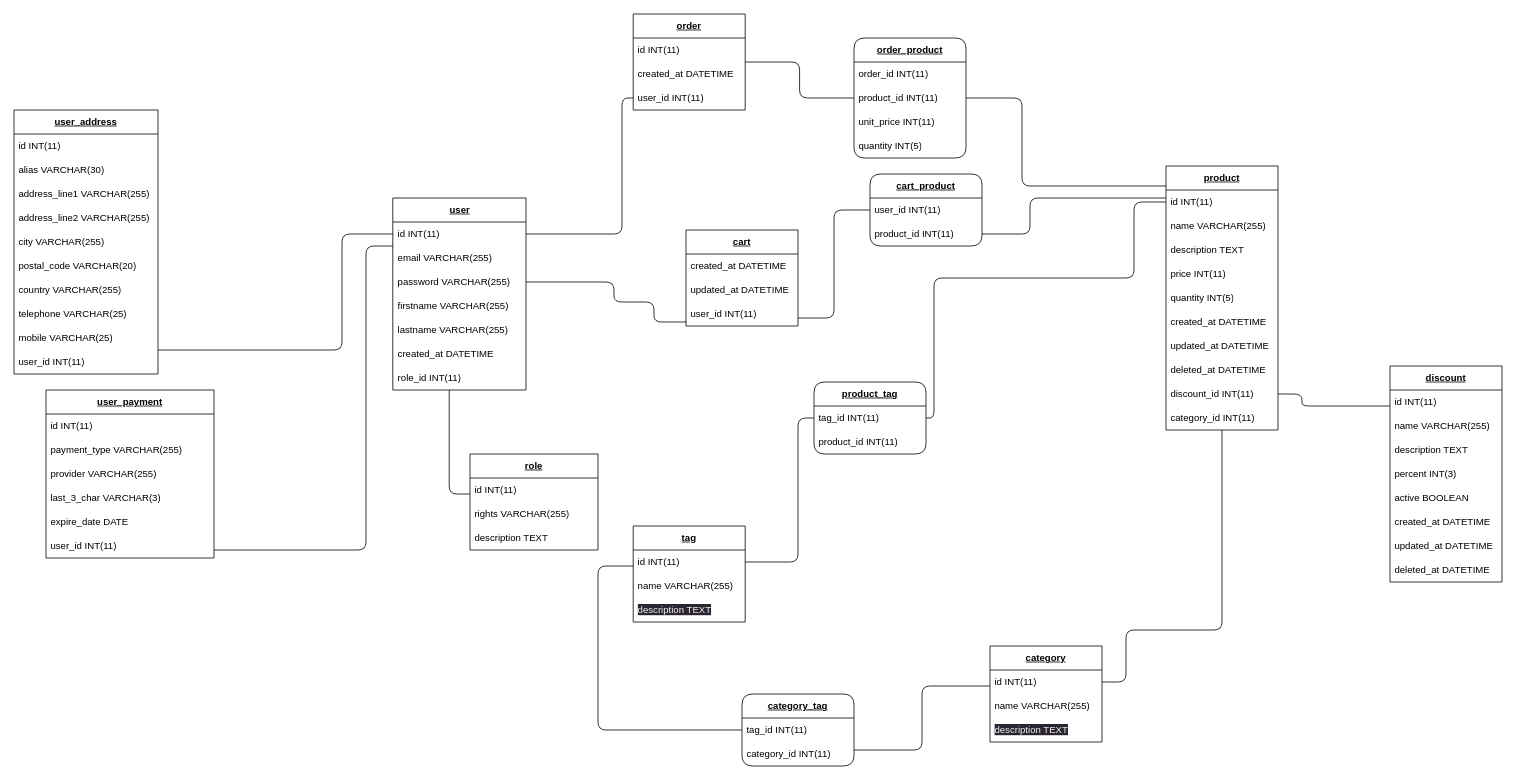
Earlier version of the draw.io diagram mpd.drawio (felix-hauger/boutique-en-ligne). Source tidied: cells renumbered, new cells numbered last; positions are measured from the earlier drawing's top-left corner, leaving out a move shared by most shapes. Both pictures are drawn from the tidied source at 80%, with x=0, y=0 at pixel (14, 14).
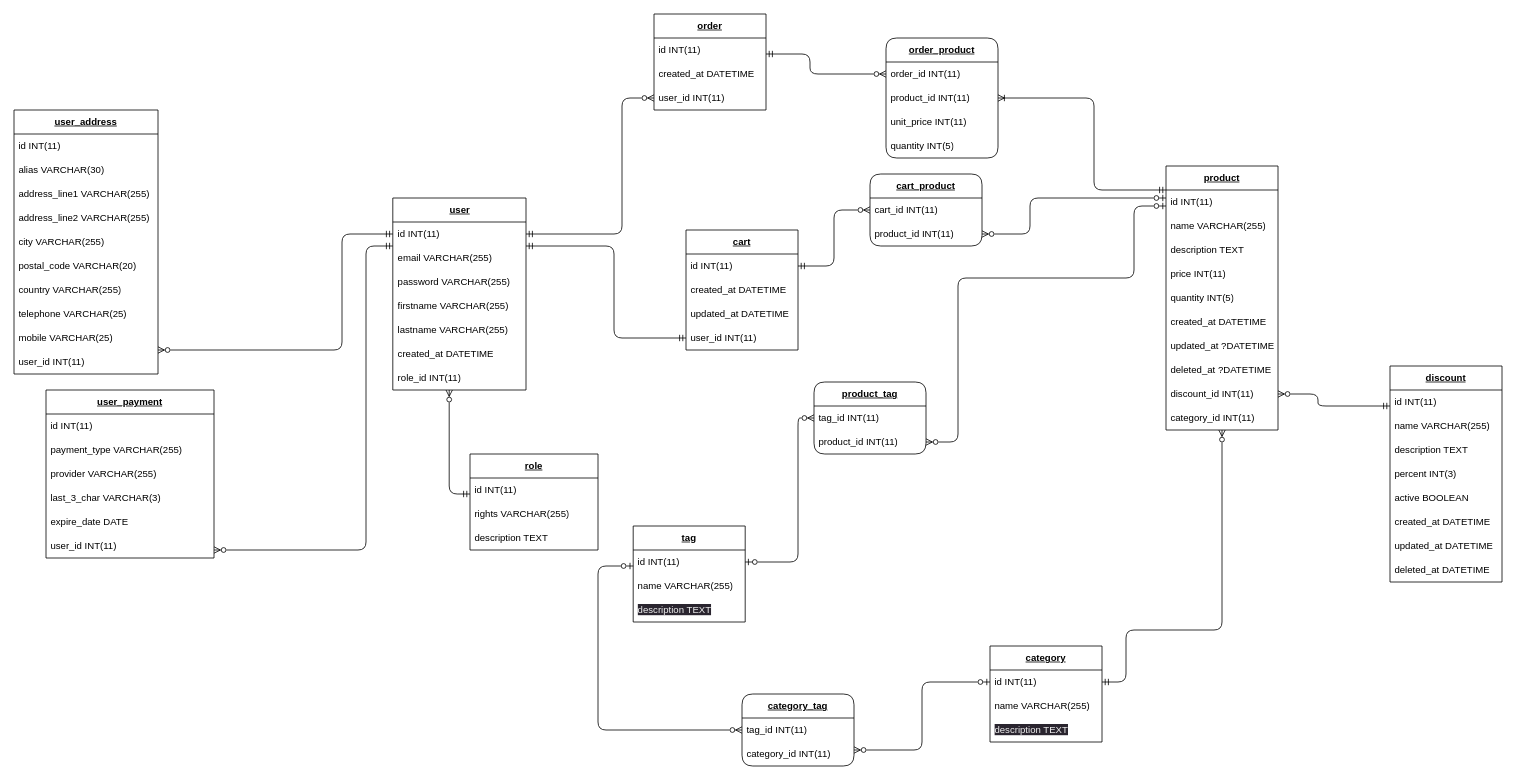
The same page after the edit.

Commit message (it also covers changes not shown here):
MPD - added cardinalities + added id for cart in MCD, MLD, MPD

Unchanged cells that the change refers to:
```xml
<mxCell id="4" value="&lt;b&gt;&lt;u&gt;user&lt;/u&gt;&lt;/b&gt;" style="swimlane;fontStyle=0;horizontal=1;startSize=30;whiteSpace=wrap;html=1;" parent="1" vertex="1">
  <mxGeometry x="473.5" y="230" width="166.5" height="240" as="geometry" />
</mxCell>
<mxCell id="5" value="id&amp;nbsp;INT(11)" style="text;strokeColor=none;fillColor=none;align=left;verticalAlign=middle;spacingLeft=4;spacingRight=4;overflow=hidden;points=[[0,0.5],[1,0.5]];portConstraint=eastwest;whiteSpace=wrap;html=1;" parent="4" vertex="1">
  <mxGeometry y="30" width="166.5" height="30" as="geometry" />
</mxCell>
<mxCell id="11" value="role_id&amp;nbsp;INT(11)" style="text;strokeColor=none;fillColor=none;align=left;verticalAlign=middle;spacingLeft=4;spacingRight=4;overflow=hidden;points=[[0,0.5],[1,0.5]];portConstraint=eastwest;whiteSpace=wrap;html=1;" parent="4" vertex="1">
  <mxGeometry y="210" width="166.5" height="30" as="geometry" />
</mxCell>
<mxCell id="13" value="id&amp;nbsp;INT(11)" style="text;strokeColor=none;fillColor=none;align=left;verticalAlign=middle;spacingLeft=4;spacingRight=4;overflow=hidden;points=[[0,0.5],[1,0.5]];portConstraint=eastwest;whiteSpace=wrap;html=1;" parent="12" vertex="1">
  <mxGeometry y="30" width="140" height="30" as="geometry" />
</mxCell>
<mxCell id="15" value="user_id&amp;nbsp;INT(11)" style="text;strokeColor=none;fillColor=none;align=left;verticalAlign=middle;spacingLeft=4;spacingRight=4;overflow=hidden;points=[[0,0.5],[1,0.5]];portConstraint=eastwest;whiteSpace=wrap;html=1;" parent="12" vertex="1">
  <mxGeometry y="90" width="140" height="30" as="geometry" />
</mxCell>
<mxCell id="22" value="id&amp;nbsp;INT(11)" style="text;strokeColor=none;fillColor=none;align=left;verticalAlign=middle;spacingLeft=4;spacingRight=4;overflow=hidden;points=[[0,0.5],[1,0.5]];portConstraint=eastwest;whiteSpace=wrap;html=1;" parent="21" vertex="1">
  <mxGeometry y="30" width="160" height="30" as="geometry" />
</mxCell>
<mxCell id="28" value="id&amp;nbsp;INT(11)" style="text;strokeColor=none;fillColor=none;align=left;verticalAlign=middle;spacingLeft=4;spacingRight=4;overflow=hidden;points=[[0,0.5],[1,0.5]];portConstraint=eastwest;whiteSpace=wrap;html=1;" parent="27" vertex="1">
  <mxGeometry y="30" width="140" height="30" as="geometry" />
</mxCell>
<mxCell id="33" value="&lt;b&gt;&lt;u&gt;tag&lt;br&gt;&lt;/u&gt;&lt;/b&gt;" style="swimlane;fontStyle=0;horizontal=1;startSize=30;whiteSpace=wrap;html=1;" parent="32" vertex="1">
  <mxGeometry y="30" width="140" height="120" as="geometry" />
</mxCell>
<mxCell id="34" value="id&amp;nbsp;INT(11)" style="text;strokeColor=none;fillColor=none;align=left;verticalAlign=middle;spacingLeft=4;spacingRight=4;overflow=hidden;points=[[0,0.5],[1,0.5]];portConstraint=eastwest;whiteSpace=wrap;html=1;" parent="33" vertex="1">
  <mxGeometry y="30" width="140" height="30" as="geometry" />
</mxCell>
<mxCell id="52" value="user_id INT(11)" style="text;strokeColor=none;fillColor=none;align=left;verticalAlign=middle;spacingLeft=4;spacingRight=4;overflow=hidden;points=[[0,0.5],[1,0.5]];portConstraint=eastwest;whiteSpace=wrap;html=1;" parent="42" vertex="1">
  <mxGeometry y="300" width="180" height="30" as="geometry" />
</mxCell>
<mxCell id="59" value="user_id&amp;nbsp;INT(11)" style="text;strokeColor=none;fillColor=none;align=left;verticalAlign=middle;spacingLeft=4;spacingRight=4;overflow=hidden;points=[[0,0.5],[1,0.5]];portConstraint=eastwest;whiteSpace=wrap;html=1;" parent="53" vertex="1">
  <mxGeometry y="180" width="210" height="30" as="geometry" />
</mxCell>
<mxCell id="62" value="&lt;b&gt;&lt;u&gt;product&lt;/u&gt;&lt;/b&gt;" style="swimlane;fontStyle=0;horizontal=1;startSize=30;whiteSpace=wrap;html=1;" parent="1" vertex="1">
  <mxGeometry x="1440" y="190" width="140" height="330" as="geometry" />
</mxCell>
<mxCell id="63" value="id&amp;nbsp;INT(11)" style="text;strokeColor=none;fillColor=none;align=left;verticalAlign=middle;spacingLeft=4;spacingRight=4;overflow=hidden;points=[[0,0.5],[1,0.5]];portConstraint=eastwest;whiteSpace=wrap;html=1;" parent="62" vertex="1">
  <mxGeometry y="30" width="140" height="30" as="geometry" />
</mxCell>
<mxCell id="71" value="discount_id&amp;nbsp;INT(11)" style="text;strokeColor=none;fillColor=none;align=left;verticalAlign=middle;spacingLeft=4;spacingRight=4;overflow=hidden;points=[[0,0.5],[1,0.5]];portConstraint=eastwest;whiteSpace=wrap;html=1;" parent="62" vertex="1">
  <mxGeometry y="270" width="140" height="30" as="geometry" />
</mxCell>
<mxCell id="72" value="category_id&amp;nbsp;INT(11)" style="text;strokeColor=none;fillColor=none;align=left;verticalAlign=middle;spacingLeft=4;spacingRight=4;overflow=hidden;points=[[0,0.5],[1,0.5]];portConstraint=eastwest;whiteSpace=wrap;html=1;" parent="62" vertex="1">
  <mxGeometry y="300" width="140" height="30" as="geometry" />
</mxCell>
<mxCell id="74" value="id&amp;nbsp;INT(11)" style="text;strokeColor=none;fillColor=none;align=left;verticalAlign=middle;spacingLeft=4;spacingRight=4;overflow=hidden;points=[[0,0.5],[1,0.5]];portConstraint=eastwest;whiteSpace=wrap;html=1;" parent="73" vertex="1">
  <mxGeometry y="30" width="140" height="30" as="geometry" />
</mxCell>
<mxCell id="85" value="order_id&amp;nbsp;INT(11)" style="text;strokeColor=none;fillColor=none;align=left;verticalAlign=middle;spacingLeft=4;spacingRight=4;overflow=hidden;points=[[0,0.5],[1,0.5]];portConstraint=eastwest;whiteSpace=wrap;html=1;" parent="84" vertex="1">
  <mxGeometry y="30" width="140" height="30" as="geometry" />
</mxCell>
<mxCell id="90" value="&lt;b&gt;&lt;u&gt;cart_product&lt;/u&gt;&lt;/b&gt;" style="swimlane;fontStyle=0;horizontal=1;startSize=30;whiteSpace=wrap;html=1;rounded=1;" parent="1" vertex="1">
  <mxGeometry x="1070" y="200" width="140" height="90" as="geometry" />
</mxCell>
<mxCell id="92" value="product_id&amp;nbsp;INT(11)" style="text;strokeColor=none;fillColor=none;align=left;verticalAlign=middle;spacingLeft=4;spacingRight=4;overflow=hidden;points=[[0,0.5],[1,0.5]];portConstraint=eastwest;whiteSpace=wrap;html=1;" parent="90" vertex="1">
  <mxGeometry y="60" width="140" height="30" as="geometry" />
</mxCell>
<mxCell id="94" value="&lt;b&gt;&lt;u&gt;product_&lt;/u&gt;&lt;/b&gt;&lt;b&gt;&lt;u&gt;tag&lt;/u&gt;&lt;/b&gt;&lt;b&gt;&lt;u&gt;&lt;br&gt;&lt;/u&gt;&lt;/b&gt;" style="swimlane;fontStyle=0;horizontal=1;startSize=30;whiteSpace=wrap;html=1;rounded=1;" parent="1" vertex="1">
  <mxGeometry x="1000" y="460" width="140" height="90" as="geometry" />
</mxCell>
<mxCell id="95" value="tag_id&amp;nbsp;INT(11)" style="text;strokeColor=none;fillColor=none;align=left;verticalAlign=middle;spacingLeft=4;spacingRight=4;overflow=hidden;points=[[0,0.5],[1,0.5]];portConstraint=eastwest;whiteSpace=wrap;html=1;" parent="94" vertex="1">
  <mxGeometry y="30" width="140" height="30" as="geometry" />
</mxCell>
<mxCell id="96" value="product_id&amp;nbsp;INT(11)" style="text;strokeColor=none;fillColor=none;align=left;verticalAlign=middle;spacingLeft=4;spacingRight=4;overflow=hidden;points=[[0,0.5],[1,0.5]];portConstraint=eastwest;whiteSpace=wrap;html=1;" parent="94" vertex="1">
  <mxGeometry y="60" width="140" height="30" as="geometry" />
</mxCell>
<mxCell id="99" value="tag_id&amp;nbsp;INT(11)" style="text;strokeColor=none;fillColor=none;align=left;verticalAlign=middle;spacingLeft=4;spacingRight=4;overflow=hidden;points=[[0,0.5],[1,0.5]];portConstraint=eastwest;whiteSpace=wrap;html=1;" parent="98" vertex="1">
  <mxGeometry y="30" width="140" height="30" as="geometry" />
</mxCell>
<mxCell id="100" value="category_id&amp;nbsp;INT(11)" style="text;strokeColor=none;fillColor=none;align=left;verticalAlign=middle;spacingLeft=4;spacingRight=4;overflow=hidden;points=[[0,0.5],[1,0.5]];portConstraint=eastwest;whiteSpace=wrap;html=1;" parent="98" vertex="1">
  <mxGeometry y="60" width="140" height="30" as="geometry" />
</mxCell>
```

Change to the diagram source:
```diff
@@
-    <mxCell id="2" style="edgeStyle=orthogonalEdgeStyle;rounded=1;html=1;strokeColor=default;fontSize=12;endArrow=none;endFill=0;" parent="1" edge="1" source="4" target="20">
+    <mxCell id="2" style="edgeStyle=orthogonalEdgeStyle;rounded=1;html=1;strokeColor=default;fontSize=12;endArrow=ERmandOne;endFill=0;startArrow=ERmandOne;startFill=0;" parent="1" edge="1" source="5" target="20">
       <mxGeometry relative="1" as="geometry">
         <Array as="points">
-          <mxPoint x="750" y="335" />
-          <mxPoint x="750" y="360" />
-          <mxPoint x="800" y="360" />
-          <mxPoint x="800" y="385" />
+          <mxPoint x="750" y="290" />
+          <mxPoint x="750" y="405" />
         </Array>
       </mxGeometry>
     </mxCell>
-    <mxCell id="3" style="edgeStyle=orthogonalEdgeStyle;rounded=1;html=1;strokeColor=default;fontSize=12;endArrow=none;endFill=0;" parent="1" edge="1" source="22" target="11">
+    <mxCell id="3" style="edgeStyle=orthogonalEdgeStyle;rounded=1;html=1;strokeColor=default;fontSize=12;endArrow=ERzeroToMany;endFill=0;startArrow=ERmandOne;startFill=0;" parent="1" edge="1" source="22" target="11">
       <mxGeometry relative="1" as="geometry">
         <Array as="points">
           <mxPoint x="544" y="600" />
         </Array>
       </mxGeometry>
     </mxCell>
@@
     <mxCell id="12" value="&lt;b&gt;&lt;u&gt;order&lt;/u&gt;&lt;/b&gt;" style="swimlane;fontStyle=0;horizontal=1;startSize=30;whiteSpace=wrap;html=1;" parent="1" vertex="1">
-      <mxGeometry x="774" width="140" height="120" as="geometry" />
+      <mxGeometry x="800" width="140" height="120" as="geometry" />
     </mxCell>
@@
-    <mxCell id="16" style="edgeStyle=orthogonalEdgeStyle;rounded=1;html=1;strokeColor=default;fontSize=12;startArrow=none;endArrow=none;endFill=0;" parent="1" edge="1" source="92" target="63">
+    <mxCell id="16" style="edgeStyle=orthogonalEdgeStyle;rounded=1;html=1;strokeColor=default;fontSize=12;startArrow=ERzeroToMany;endArrow=ERzeroToOne;endFill=0;startFill=0;" parent="1" edge="1" source="92" target="63">
       <mxGeometry relative="1" as="geometry">
         <Array as="points">
           <mxPoint x="1270" y="275" />
           <mxPoint x="1270" y="230" />
         </Array>
       </mxGeometry>
     </mxCell>
     <mxCell id="17" value="&lt;b&gt;&lt;u&gt;cart&lt;/u&gt;&lt;/b&gt;" style="swimlane;fontStyle=0;horizontal=1;startSize=30;whiteSpace=wrap;html=1;" parent="1" vertex="1">
-      <mxGeometry x="840" y="270" width="140" height="120" as="geometry" />
+      <mxGeometry x="840" y="270" width="140" height="150" as="geometry" />
     </mxCell>
+    <mxCell id="101" value="id&amp;nbsp;INT(11)" style="text;strokeColor=none;fillColor=none;align=left;verticalAlign=middle;spacingLeft=4;spacingRight=4;overflow=hidden;points=[[0,0.5],[1,0.5]];portConstraint=eastwest;whiteSpace=wrap;html=1;" parent="17" vertex="1">
+      <mxGeometry y="30" width="140" height="30" as="geometry" />
+    </mxCell>
     <mxCell id="18" value="created_at&amp;nbsp;DATETIME" style="text;strokeColor=none;fillColor=none;align=left;verticalAlign=middle;spacingLeft=4;spacingRight=4;overflow=hidden;whiteSpace=wrap;html=1;" parent="17" vertex="1">
-      <mxGeometry y="30" width="140" height="30" as="geometry" />
+      <mxGeometry y="60" width="140" height="30" as="geometry" />
     </mxCell>
     <mxCell id="19" value="updated_at&amp;nbsp;DATETIME" style="text;strokeColor=none;fillColor=none;align=left;verticalAlign=middle;spacingLeft=4;spacingRight=4;overflow=hidden;whiteSpace=wrap;html=1;" parent="17" vertex="1">
-      <mxGeometry y="60" width="140" height="30" as="geometry" />
+      <mxGeometry y="90" width="140" height="30" as="geometry" />
     </mxCell>
     <mxCell id="20" value="user_id&amp;nbsp;INT(11)" style="text;strokeColor=none;fillColor=none;align=left;verticalAlign=middle;spacingLeft=4;spacingRight=4;overflow=hidden;points=[[0,0.5],[1,0.5]];portConstraint=eastwest;whiteSpace=wrap;html=1;" parent="17" vertex="1">
-      <mxGeometry y="90" width="140" height="30" as="geometry" />
+      <mxGeometry y="120" width="140" height="30" as="geometry" />
     </mxCell>
@@
-    <mxCell id="37" style="edgeStyle=orthogonalEdgeStyle;rounded=1;html=1;strokeColor=default;startArrow=none;endArrow=none;endFill=0;" parent="1" edge="1" source="100" target="28">
+    <mxCell id="37" style="edgeStyle=orthogonalEdgeStyle;rounded=1;html=1;strokeColor=default;startArrow=ERzeroToMany;endArrow=ERzeroToOne;endFill=0;startFill=0;" parent="1" edge="1" source="100" target="28">
       <mxGeometry relative="1" as="geometry">
         <Array as="points">
           <mxPoint x="1135" y="920" />
-          <mxPoint x="1135" y="840" />
+          <mxPoint x="1135" y="835" />
         </Array>
       </mxGeometry>
     </mxCell>
-    <mxCell id="38" style="edgeStyle=orthogonalEdgeStyle;rounded=1;html=1;strokeColor=default;endArrow=none;endFill=0;" parent="1" edge="1" source="72" target="28">
+    <mxCell id="38" style="edgeStyle=orthogonalEdgeStyle;rounded=1;html=1;strokeColor=default;endArrow=ERmandOne;endFill=0;startArrow=ERzeroToMany;startFill=0;" parent="1" edge="1" source="72" target="28">
       <mxGeometry relative="1" as="geometry">
         <Array as="points">
           <mxPoint x="1390" y="770" />
         </Array>
       </mxGeometry>
     </mxCell>
-    <mxCell id="39" style="edgeStyle=orthogonalEdgeStyle;rounded=1;html=1;strokeColor=default;startArrow=none;endArrow=none;endFill=0;" parent="1" edge="1" source="84" target="63">
+    <mxCell id="39" style="edgeStyle=orthogonalEdgeStyle;rounded=1;html=1;strokeColor=default;startArrow=ERoneToMany;endArrow=ERmandOne;endFill=0;startFill=0;" parent="1" edge="1" source="84" target="63">
       <mxGeometry relative="1" as="geometry">
         <Array as="points">
-          <mxPoint x="1260" y="105" />
-          <mxPoint x="1260" y="215" />
+          <mxPoint x="1350" y="105" />
+          <mxPoint x="1350" y="220" />
         </Array>
       </mxGeometry>
     </mxCell>
-    <mxCell id="40" style="edgeStyle=orthogonalEdgeStyle;rounded=1;html=1;strokeColor=default;fontSize=12;endArrow=none;endFill=0;" parent="1" edge="1" source="4" target="15">
+    <mxCell id="40" style="edgeStyle=orthogonalEdgeStyle;rounded=1;html=1;strokeColor=default;fontSize=12;endArrow=ERzeroToMany;endFill=0;startArrow=ERmandOne;startFill=0;" parent="1" edge="1" source="4" target="15">
       <mxGeometry relative="1" as="geometry">
         <Array as="points">
           <mxPoint x="760" y="275" />
         </Array>
       </mxGeometry>
     </mxCell>
-    <mxCell id="41" style="edgeStyle=orthogonalEdgeStyle;rounded=1;html=1;strokeColor=default;startArrow=none;endArrow=none;endFill=0;" parent="1" edge="1" source="95" target="33">
+    <mxCell id="41" style="edgeStyle=orthogonalEdgeStyle;rounded=1;html=1;strokeColor=default;startArrow=ERzeroToMany;endArrow=ERzeroToOne;endFill=0;startFill=0;" parent="1" edge="1" source="95" target="33">
       <mxGeometry relative="1" as="geometry">
         <Array as="points">
           <mxPoint x="980" y="505" />
           <mxPoint x="980" y="685" />
         </Array>
       </mxGeometry>
     </mxCell>
@@
-    <mxCell id="60" style="edgeStyle=orthogonalEdgeStyle;html=1;endArrow=none;endFill=0;" parent="1" edge="1" source="5" target="52">
+    <mxCell id="60" style="edgeStyle=orthogonalEdgeStyle;html=1;endArrow=ERzeroToMany;endFill=0;startArrow=ERmandOne;startFill=0;" parent="1" edge="1" source="5" target="52">
       <mxGeometry relative="1" as="geometry">
         <Array as="points">
           <mxPoint x="410" y="275" />
           <mxPoint x="410" y="420" />
         </Array>
       </mxGeometry>
     </mxCell>
-    <mxCell id="61" style="edgeStyle=orthogonalEdgeStyle;html=1;fontSize=12;endArrow=none;endFill=0;" parent="1" edge="1" source="5" target="59">
+    <mxCell id="61" style="edgeStyle=orthogonalEdgeStyle;html=1;fontSize=12;endArrow=ERzeroToMany;endFill=0;startArrow=ERmandOne;startFill=0;" parent="1" edge="1" source="5" target="59">
       <mxGeometry relative="1" as="geometry">
         <Array as="points">
           <mxPoint x="440" y="290" />
           <mxPoint x="440" y="670" />
         </Array>
       </mxGeometry>
     </mxCell>
@@
-    <mxCell id="69" value="updated_at&amp;nbsp;DATETIME" style="text;strokeColor=none;fillColor=none;align=left;verticalAlign=middle;spacingLeft=4;spacingRight=4;overflow=hidden;whiteSpace=wrap;html=1;" parent="62" vertex="1">
+    <mxCell id="69" value="updated_at ?DATETIME" style="text;strokeColor=none;fillColor=none;align=left;verticalAlign=middle;spacingLeft=4;spacingRight=4;overflow=hidden;whiteSpace=wrap;html=1;" parent="62" vertex="1">
       <mxGeometry y="210" width="140" height="30" as="geometry" />
     </mxCell>
-    <mxCell id="70" value="deleted_at&amp;nbsp;DATETIME" style="text;strokeColor=none;fillColor=none;align=left;verticalAlign=middle;spacingLeft=4;spacingRight=4;overflow=hidden;whiteSpace=wrap;html=1;" parent="62" vertex="1">
+    <mxCell id="70" value="deleted_at ?DATETIME" style="text;strokeColor=none;fillColor=none;align=left;verticalAlign=middle;spacingLeft=4;spacingRight=4;overflow=hidden;whiteSpace=wrap;html=1;" parent="62" vertex="1">
       <mxGeometry y="240" width="140" height="30" as="geometry" />
     </mxCell>
@@
-    <mxCell id="82" style="edgeStyle=orthogonalEdgeStyle;html=1;endArrow=none;endFill=0;" parent="1" edge="1" source="71" target="74">
+    <mxCell id="82" style="edgeStyle=orthogonalEdgeStyle;html=1;endArrow=ERmandOne;endFill=0;startArrow=ERzeroToMany;startFill=0;" parent="1" edge="1" source="71" target="74">
       <mxGeometry relative="1" as="geometry">
         <Array as="points">
-          <mxPoint x="1610" y="475" />
-          <mxPoint x="1610" y="490" />
+          <mxPoint x="1630" y="475" />
+          <mxPoint x="1630" y="490" />
         </Array>
       </mxGeometry>
     </mxCell>
-    <mxCell id="83" style="edgeStyle=orthogonalEdgeStyle;rounded=1;html=1;strokeColor=default;endArrow=none;" parent="1" edge="1" source="12" target="84">
-      <mxGeometry relative="1" as="geometry" />
+    <mxCell id="83" style="edgeStyle=orthogonalEdgeStyle;rounded=1;html=1;strokeColor=default;endArrow=ERzeroToMany;startArrow=ERmandOne;startFill=0;endFill=0;" parent="1" edge="1" source="13" target="85">
+      <mxGeometry relative="1" as="geometry">
+        <Array as="points">
+          <mxPoint x="995" y="50" />
+          <mxPoint x="995" y="75" />
+        </Array>
+      </mxGeometry>
     </mxCell>
     <mxCell id="84" value="&lt;b&gt;&lt;u&gt;order_product&lt;/u&gt;&lt;/b&gt;" style="swimlane;fontStyle=0;horizontal=1;startSize=30;whiteSpace=wrap;html=1;rounded=1;" parent="1" vertex="1">
-      <mxGeometry x="1050" y="30" width="140" height="150" as="geometry" />
+      <mxGeometry x="1090" y="30" width="140" height="150" as="geometry" />
     </mxCell>
@@
-    <mxCell id="89" style="edgeStyle=orthogonalEdgeStyle;rounded=1;html=1;strokeColor=default;fontSize=12;endArrow=none;" parent="1" edge="1" source="20" target="90">
+    <mxCell id="89" style="edgeStyle=orthogonalEdgeStyle;rounded=1;html=1;strokeColor=default;fontSize=12;endArrow=ERzeroToMany;startArrow=ERmandOne;startFill=0;endFill=0;" parent="1" edge="1" source="101" target="90">
       <mxGeometry relative="1" as="geometry">
         <Array as="points">
-          <mxPoint x="1025" y="380" />
+          <mxPoint x="1025" y="315" />
           <mxPoint x="1025" y="245" />
         </Array>
       </mxGeometry>
     </mxCell>
@@
-    <mxCell id="91" value="user_id&amp;nbsp;INT(11)" style="text;strokeColor=none;fillColor=none;align=left;verticalAlign=middle;spacingLeft=4;spacingRight=4;overflow=hidden;whiteSpace=wrap;html=1;" parent="90" vertex="1">
+    <mxCell id="91" value="cart_id&amp;nbsp;INT(11)" style="text;strokeColor=none;fillColor=none;align=left;verticalAlign=middle;spacingLeft=4;spacingRight=4;overflow=hidden;whiteSpace=wrap;html=1;" parent="90" vertex="1">
       <mxGeometry y="30" width="140" height="30" as="geometry" />
     </mxCell>
@@
-    <mxCell id="93" style="edgeStyle=orthogonalEdgeStyle;rounded=1;html=1;strokeColor=default;endArrow=none;" parent="1" edge="1" source="63" target="94">
+    <mxCell id="93" style="edgeStyle=orthogonalEdgeStyle;rounded=1;html=1;strokeColor=default;endArrow=ERzeroToMany;startArrow=ERzeroToOne;startFill=0;endFill=0;" parent="1" edge="1" source="63" target="96">
       <mxGeometry relative="1" as="geometry">
         <Array as="points">
-          <mxPoint x="1400" y="235" />
+          <mxPoint x="1400" y="240" />
           <mxPoint x="1400" y="330" />
-          <mxPoint x="1150" y="330" />
-          <mxPoint x="1150" y="505" />
+          <mxPoint x="1180" y="330" />
+          <mxPoint x="1180" y="535" />
         </Array>
       </mxGeometry>
     </mxCell>
@@
-    <mxCell id="97" style="edgeStyle=orthogonalEdgeStyle;rounded=1;html=1;strokeColor=default;endArrow=none;" parent="1" edge="1" source="34" target="99">
+    <mxCell id="97" style="edgeStyle=orthogonalEdgeStyle;rounded=1;html=1;strokeColor=default;endArrow=ERzeroToMany;startArrow=ERzeroToOne;startFill=0;endFill=0;" parent="1" edge="1" source="34" target="99">
       <mxGeometry relative="1" as="geometry">
         <Array as="points">
           <mxPoint x="730" y="690" />
           <mxPoint x="730" y="895" />
         </Array>
       </mxGeometry>
     </mxCell>
```
